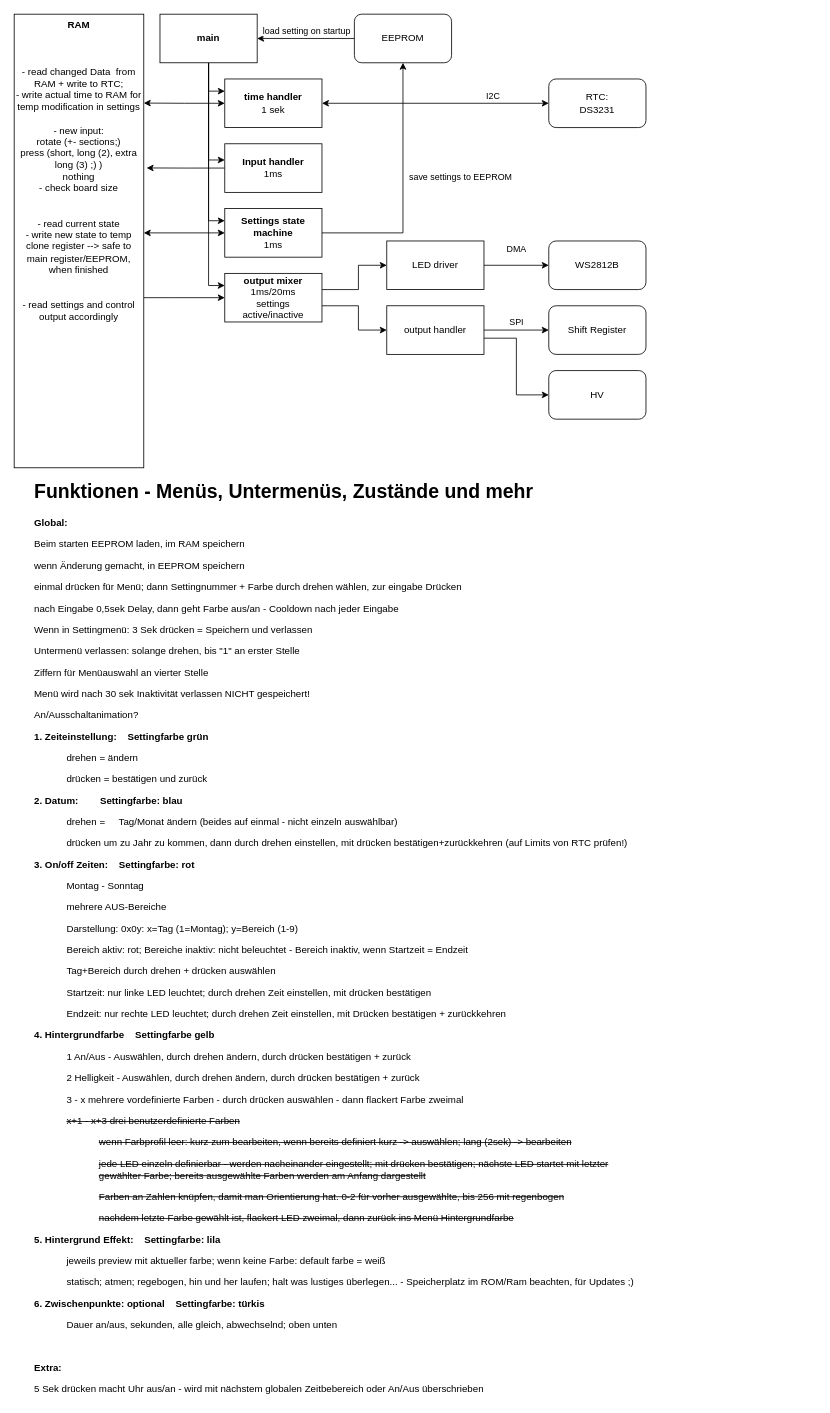
Before: structure.drawio in EXiciuTE/FW-NixieClock3-L031F6P6, a draw.io diagram. Source tidied: cells renumbered, new cells numbered last; positions are measured from the earlier drawing's top-left corner, leaving out a move shared by most shapes. Both pictures are drawn from the tidied source at 81%, with x=0, y=0 at pixel (14, 14).
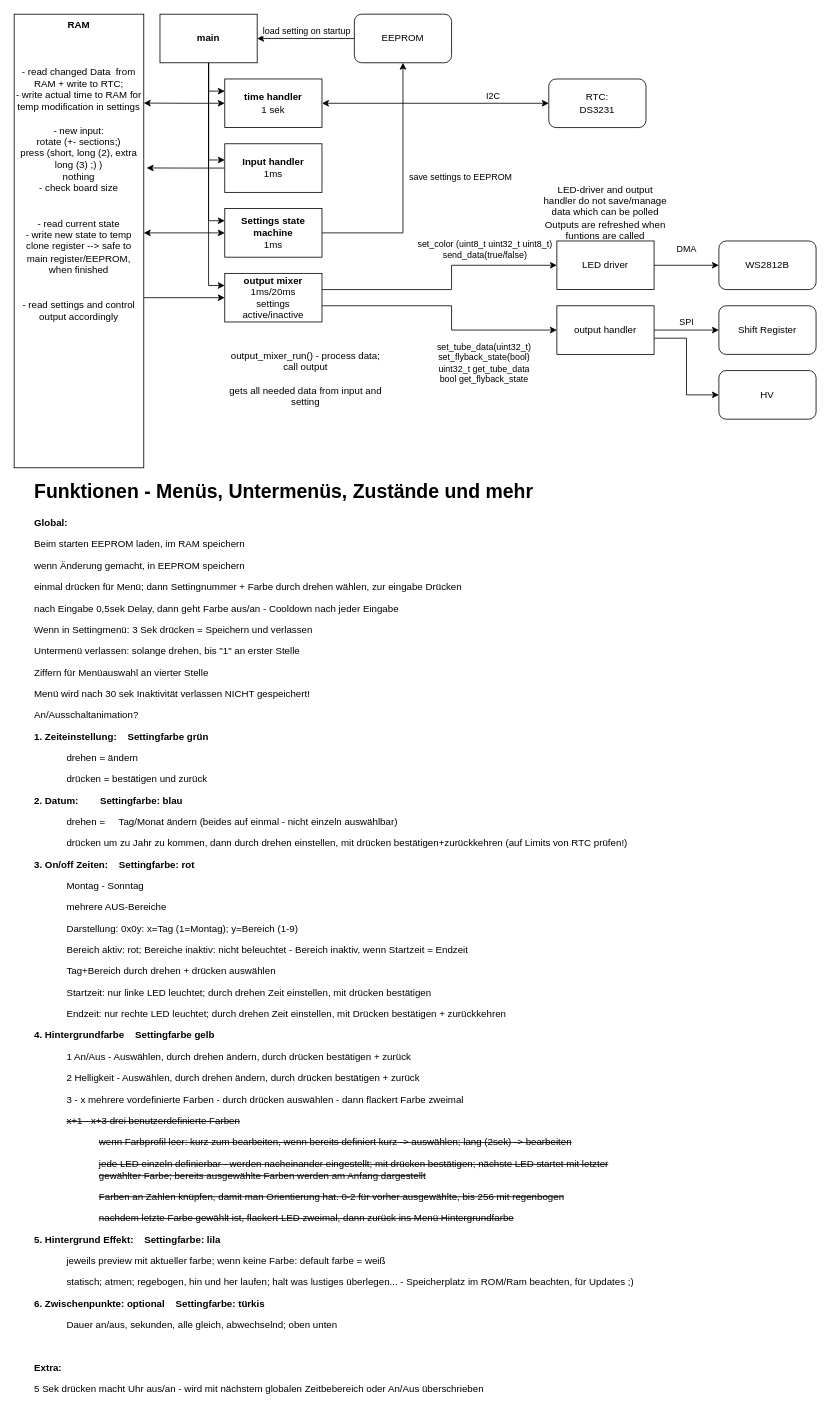
The same page after the edit.

Commit message (it also covers changes not shown here):
update structure.drawio move demo to output_mixer.cpp rework output_handler WIP

The change refers to these unchanged cells:
```xml
<mxCell id="4" value="&lt;b&gt;output mixer&lt;br&gt;&lt;/b&gt;1ms/20ms&lt;br&gt;settings active/inactive" style="rounded=0;whiteSpace=wrap;html=1;" parent="1" vertex="1">
  <mxGeometry x="260" y="320" width="120" height="60" as="geometry" />
</mxCell>
```

What changed in the source:
```diff
@@
     <mxCell id="2" style="edgeStyle=orthogonalEdgeStyle;rounded=0;jettySize=auto;html=1;" parent="1" edge="1" source="4" target="7">
       <mxGeometry relative="1" as="geometry">
         <Array as="points">
-          <mxPoint x="425" y="360" />
-          <mxPoint x="425" y="390" />
+          <mxPoint x="540" y="360" />
+          <mxPoint x="540" y="390" />
         </Array>
       </mxGeometry>
     </mxCell>
+    <mxCell id="35" value="set_tube_data(uint32_t)&lt;br&gt;set_flyback_state(bool)&lt;br&gt;uint32_t get_tube_data&lt;br&gt;bool get_flyback_state" style="edgeLabel;html=1;align=center;verticalAlign=middle;" parent="2" vertex="1">
+      <mxGeometry x="0.42" relative="1" as="geometry">
+        <mxPoint x="2" y="40" as="offset" />
+      </mxGeometry>
+    </mxCell>
     <mxCell id="3" style="edgeStyle=orthogonalEdgeStyle;rounded=0;jettySize=auto;html=1;entryX=0;entryY=0.5;entryDx=0;entryDy=0;" parent="1" edge="1" source="4" target="13">
       <mxGeometry relative="1" as="geometry">
         <Array as="points">
-          <mxPoint x="425" y="340" />
-          <mxPoint x="425" y="310" />
+          <mxPoint x="540" y="340" />
+          <mxPoint x="540" y="310" />
         </Array>
       </mxGeometry>
     </mxCell>
+    <mxCell id="36" value="set_color (uint8_t uint32_t uint8_t)&lt;br&gt;send_data(true/false)" style="edgeLabel;html=1;align=center;verticalAlign=middle;" parent="3" vertex="1">
+      <mxGeometry x="0.01" y="-1" relative="1" as="geometry">
+        <mxPoint x="39" y="-48" as="offset" />
+      </mxGeometry>
+    </mxCell>
@@
     <mxCell id="6" style="edgeStyle=orthogonalEdgeStyle;rounded=0;jettySize=auto;html=1;entryX=0;entryY=0.5;entryDx=0;entryDy=0;" parent="1" edge="1" source="7" target="31">
       <mxGeometry relative="1" as="geometry">
         <Array as="points">
-          <mxPoint x="620" y="400" />
-          <mxPoint x="620" y="470" />
+          <mxPoint x="830" y="400" />
+          <mxPoint x="830" y="470" />
         </Array>
       </mxGeometry>
     </mxCell>
     <mxCell id="7" value="output handler" style="rounded=0;whiteSpace=wrap;html=1;" parent="1" vertex="1">
-      <mxGeometry x="460" y="360" width="120" height="60" as="geometry" />
+      <mxGeometry x="670" y="360" width="120" height="60" as="geometry" />
     </mxCell>
@@
     <mxCell id="13" value="LED driver" style="rounded=0;whiteSpace=wrap;html=1;" parent="1" vertex="1">
-      <mxGeometry x="460" y="280" width="120" height="60" as="geometry" />
+      <mxGeometry x="670" y="280" width="120" height="60" as="geometry" />
     </mxCell>
@@
     <mxCell id="25" value="WS2812B" style="rounded=1;whiteSpace=wrap;html=1;" parent="1" vertex="1">
-      <mxGeometry x="660" y="280" width="120" height="60" as="geometry" />
+      <mxGeometry x="870" y="280" width="120" height="60" as="geometry" />
     </mxCell>
     <mxCell id="26" value="Shift Register" style="rounded=1;whiteSpace=wrap;html=1;" parent="1" vertex="1">
-      <mxGeometry x="660" y="360" width="120" height="60" as="geometry" />
+      <mxGeometry x="870" y="360" width="120" height="60" as="geometry" />
     </mxCell>
@@
     <mxCell id="31" value="HV" style="rounded=1;whiteSpace=wrap;html=1;" parent="1" vertex="1">
-      <mxGeometry x="660" y="440" width="120" height="60" as="geometry" />
+      <mxGeometry x="870" y="440" width="120" height="60" as="geometry" />
     </mxCell>
@@
+    <mxCell id="37" value="LED-driver and output handler do not save/manage data which can be polled&lt;br&gt;Outputs are refreshed when funtions are called" style="text;html=1;strokeColor=none;fillColor=none;align=center;verticalAlign=middle;whiteSpace=wrap;rounded=0;" parent="1" vertex="1">
+      <mxGeometry x="650" y="230" width="160" height="30" as="geometry" />
+    </mxCell>
+    <mxCell id="38" value="output_mixer_run() - process data; call output&lt;br&gt;&lt;br&gt;gets all needed data from input and setting" style="text;html=1;strokeColor=none;fillColor=none;align=center;verticalAlign=middle;whiteSpace=wrap;rounded=0;" parent="1" vertex="1">
+      <mxGeometry x="260" y="380" width="200" height="140" as="geometry" />
+    </mxCell>
```
